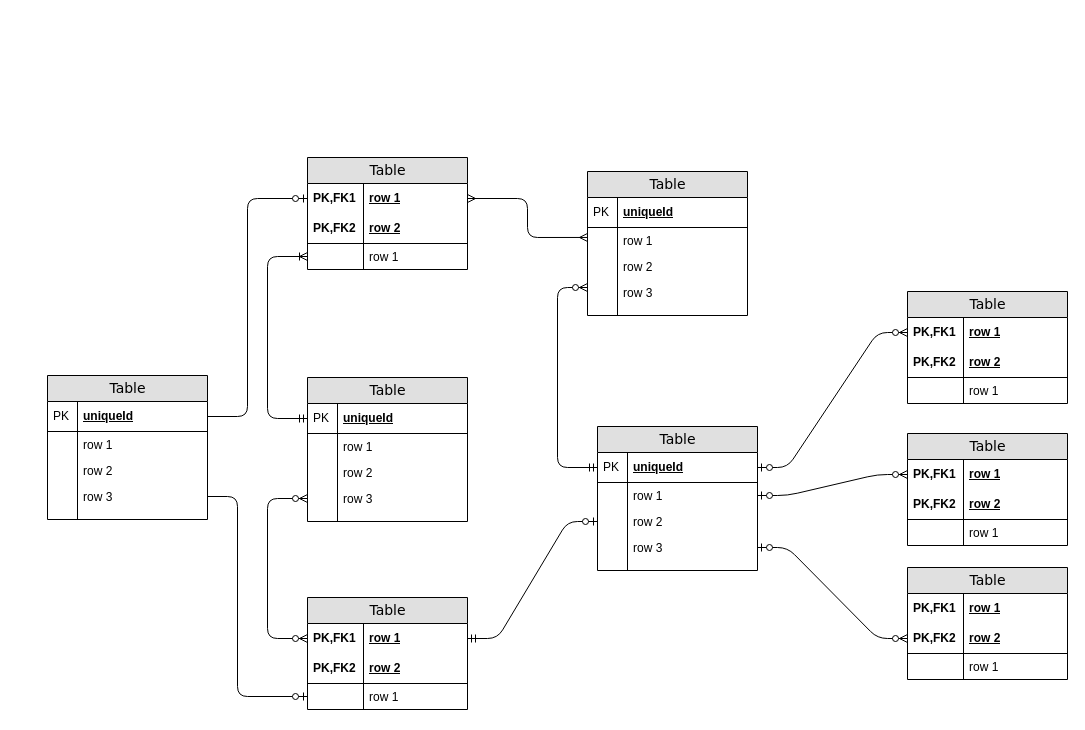
meadowse/factorial keeps this draw.io diagram as Диаграмма без названия.drawio. Above is the earlier version. Source tidied: cells renumbered, new cells numbered last; positions are measured from the earlier drawing's top-left corner, leaving out a move shared by most shapes. Both pictures are drawn from the tidied source at 100%, with x=0, y=0 at pixel (47, 157).
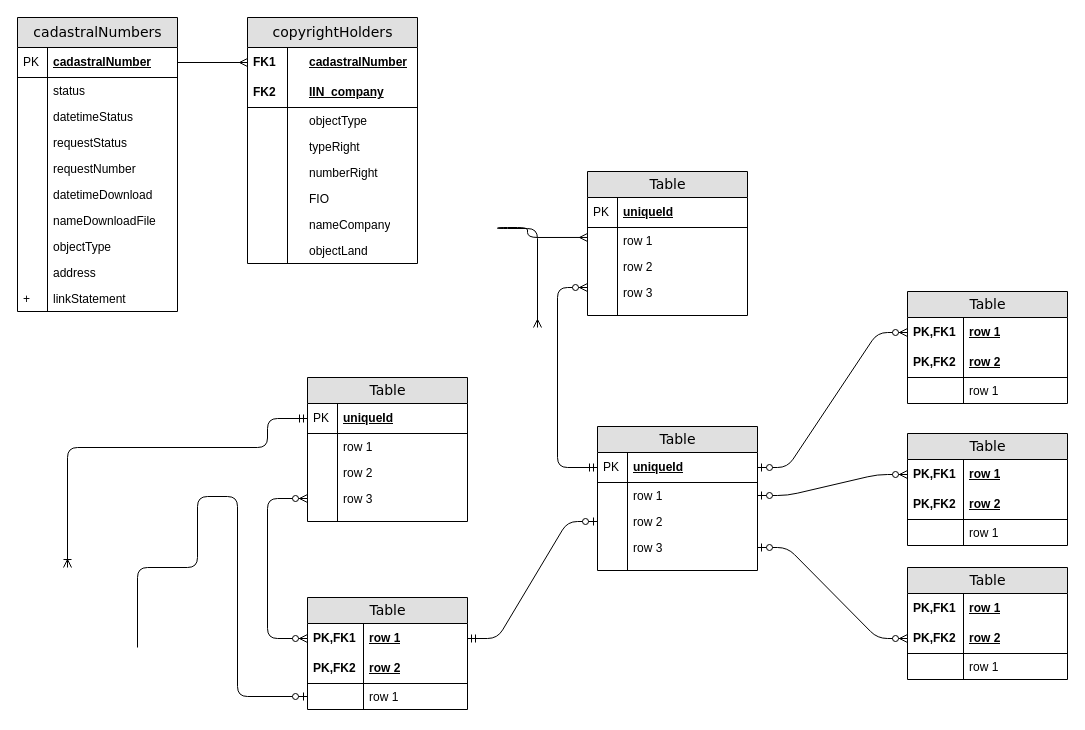
The same diagram, later.

The change refers to these unchanged cells:
```xml
<mxCell id="12" value="row 1" style="shape=partialRectangle;top=0;left=0;right=0;bottom=0;html=1;align=left;verticalAlign=top;fillColor=none;spacingLeft=34;spacingRight=4;whiteSpace=wrap;overflow=hidden;points=[[0,0.5],[1,0.5]];portConstraint=eastwest;" parent="9" vertex="1">
  <mxGeometry y="56" width="160" height="26" as="geometry" />
</mxCell>
<mxCell id="21" value="uniqueId" style="shape=partialRectangle;top=0;left=0;right=0;bottom=1;html=1;align=left;verticalAlign=middle;fillColor=none;spacingLeft=34;spacingRight=4;whiteSpace=wrap;overflow=hidden;points=[[0,0.5],[1,0.5]];portConstraint=eastwest;fontStyle=5;" parent="20" vertex="1">
  <mxGeometry y="26" width="160" height="30" as="geometry" />
</mxCell>
<mxCell id="54" value="row 1" style="shape=partialRectangle;top=0;left=0;right=0;bottom=0;html=1;align=left;verticalAlign=top;fillColor=none;spacingLeft=60;spacingRight=4;whiteSpace=wrap;overflow=hidden;points=[[0,0.5],[1,0.5]];portConstraint=eastwest;" parent="49" vertex="1">
  <mxGeometry y="86" width="160" height="26" as="geometry" />
</mxCell>
```

What changed in the source:
```diff
@@
-    <mxCell id="2" value="Table" style="swimlane;html=1;fontStyle=0;horizontal=1;startSize=26;fillColor=#e0e0e0;swimlaneFillColor=#ffffff;align=center;rounded=0;shadow=0;comic=0;labelBackgroundColor=none;strokeWidth=1;fontFamily=Verdana;fontSize=14;" parent="1" vertex="1">
-      <mxGeometry x="260" width="160" height="112" as="geometry" />
+    <mxCell id="2" value="copyrightHolders" style="swimlane;html=1;fontStyle=0;horizontal=1;startSize=30;fillColor=#e0e0e0;swimlaneFillColor=#ffffff;align=center;rounded=0;shadow=0;comic=0;labelBackgroundColor=none;strokeWidth=1;fontFamily=Verdana;fontSize=14;" parent="1" vertex="1">
+      <mxGeometry x="200" y="-140" width="170" height="246" as="geometry" />
     </mxCell>
-    <mxCell id="3" value="row 1" style="shape=partialRectangle;top=0;left=0;right=0;bottom=0;html=1;align=left;verticalAlign=middle;fillColor=none;spacingLeft=60;spacingRight=4;whiteSpace=wrap;overflow=hidden;points=[[0,0.5],[1,0.5]];portConstraint=eastwest;fontStyle=5;" parent="2" vertex="1">
-      <mxGeometry y="26" width="160" height="30" as="geometry" />
+    <mxCell id="3" value="cadastralNumber" style="shape=partialRectangle;top=0;left=0;right=0;bottom=0;html=1;align=left;verticalAlign=middle;fillColor=none;spacingLeft=60;spacingRight=4;whiteSpace=wrap;overflow=hidden;points=[[0,0.5],[1,0.5]];portConstraint=eastwest;fontStyle=5;" parent="2" vertex="1">
+      <mxGeometry y="30" width="170" height="30" as="geometry" />
     </mxCell>
-    <mxCell id="4" value="PK,FK1" style="shape=partialRectangle;fontStyle=1;top=0;left=0;bottom=0;html=1;fillColor=none;align=left;verticalAlign=middle;spacingLeft=4;spacingRight=4;whiteSpace=wrap;overflow=hidden;" parent="3" vertex="1">
-      <mxGeometry width="56" height="30" as="geometry" />
+    <mxCell id="4" value="FK1" style="shape=partialRectangle;fontStyle=1;top=0;left=0;bottom=0;html=1;fillColor=none;align=left;verticalAlign=middle;spacingLeft=4;spacingRight=4;whiteSpace=wrap;overflow=hidden;" parent="3" vertex="1">
+      <mxGeometry width="40" height="30" as="geometry" />
     </mxCell>
-    <mxCell id="5" value="row 2" style="shape=partialRectangle;top=0;left=0;right=0;bottom=1;html=1;align=left;verticalAlign=middle;fillColor=none;spacingLeft=60;spacingRight=4;whiteSpace=wrap;overflow=hidden;fontStyle=5;" parent="2" vertex="1">
-      <mxGeometry y="56" width="160" height="30" as="geometry" />
+    <mxCell id="5" value="IIN_company" style="shape=partialRectangle;top=0;left=0;right=0;bottom=1;html=1;align=left;verticalAlign=middle;fillColor=none;spacingLeft=60;spacingRight=4;whiteSpace=wrap;overflow=hidden;fontStyle=5;" parent="2" vertex="1">
+      <mxGeometry y="60" width="170" height="30" as="geometry" />
     </mxCell>
-    <mxCell id="6" value="PK,FK2" style="shape=partialRectangle;fontStyle=1;top=0;left=0;bottom=0;html=1;fillColor=none;align=left;verticalAlign=middle;spacingLeft=4;spacingRight=4;whiteSpace=wrap;overflow=hidden;" parent="5" vertex="1">
-      <mxGeometry width="56" height="30" as="geometry" />
+    <mxCell id="6" value="FK2" style="shape=partialRectangle;fontStyle=1;top=0;left=0;bottom=0;html=1;fillColor=none;align=left;verticalAlign=middle;spacingLeft=4;spacingRight=4;whiteSpace=wrap;overflow=hidden;" parent="5" vertex="1">
+      <mxGeometry width="40" height="30" as="geometry" />
     </mxCell>
-    <mxCell id="7" value="row 1" style="shape=partialRectangle;top=0;left=0;right=0;bottom=0;html=1;align=left;verticalAlign=top;fillColor=none;spacingLeft=60;spacingRight=4;whiteSpace=wrap;overflow=hidden;points=[[0,0.5],[1,0.5]];portConstraint=eastwest;" parent="2" vertex="1">
-      <mxGeometry y="86" width="160" height="26" as="geometry" />
+    <mxCell id="7" value="objectType" style="shape=partialRectangle;top=0;left=0;right=0;bottom=0;html=1;align=left;verticalAlign=top;fillColor=none;spacingLeft=60;spacingRight=4;whiteSpace=wrap;overflow=hidden;points=[[0,0.5],[1,0.5]];portConstraint=eastwest;" parent="2" vertex="1">
+      <mxGeometry y="90" width="170" height="26" as="geometry" />
     </mxCell>
     <mxCell id="8" style="shape=partialRectangle;top=0;left=0;bottom=0;html=1;fillColor=none;align=left;verticalAlign=top;spacingLeft=4;spacingRight=4;whiteSpace=wrap;overflow=hidden;" parent="7" vertex="1">
-      <mxGeometry width="56" height="26" as="geometry" />
+      <mxGeometry width="40" height="26" as="geometry" />
     </mxCell>
+    <mxCell id="91" value="typeRight" style="shape=partialRectangle;top=0;left=0;right=0;bottom=0;html=1;align=left;verticalAlign=top;fillColor=none;spacingLeft=60;spacingRight=4;whiteSpace=wrap;overflow=hidden;" parent="2" vertex="1">
+      <mxGeometry y="116" width="170" height="26" as="geometry" />
+    </mxCell>
+    <mxCell id="92" style="shape=partialRectangle;top=0;left=0;bottom=0;html=1;fillColor=none;align=left;verticalAlign=top;spacingLeft=4;spacingRight=4;whiteSpace=wrap;overflow=hidden;" parent="91" vertex="1">
+      <mxGeometry width="40" height="26" as="geometry" />
+    </mxCell>
+    <mxCell id="93" value="numberRight" style="shape=partialRectangle;top=0;left=0;right=0;bottom=0;html=1;align=left;verticalAlign=top;fillColor=none;spacingLeft=60;spacingRight=4;whiteSpace=wrap;overflow=hidden;" parent="2" vertex="1">
+      <mxGeometry y="142" width="170" height="26" as="geometry" />
+    </mxCell>
+    <mxCell id="94" style="shape=partialRectangle;top=0;left=0;bottom=0;html=1;fillColor=none;align=left;verticalAlign=top;spacingLeft=4;spacingRight=4;whiteSpace=wrap;overflow=hidden;" parent="93" vertex="1">
+      <mxGeometry width="40" height="26" as="geometry" />
+    </mxCell>
+    <mxCell id="95" value="FIO" style="shape=partialRectangle;top=0;left=0;right=0;bottom=0;html=1;align=left;verticalAlign=top;fillColor=none;spacingLeft=60;spacingRight=4;whiteSpace=wrap;overflow=hidden;" parent="2" vertex="1">
+      <mxGeometry y="168" width="170" height="26" as="geometry" />
+    </mxCell>
+    <mxCell id="96" style="shape=partialRectangle;top=0;left=0;bottom=0;html=1;fillColor=none;align=left;verticalAlign=top;spacingLeft=4;spacingRight=4;whiteSpace=wrap;overflow=hidden;" parent="95" vertex="1">
+      <mxGeometry width="40" height="26" as="geometry" />
+    </mxCell>
+    <mxCell id="97" value="nameCompany" style="shape=partialRectangle;top=0;left=0;right=0;bottom=0;html=1;align=left;verticalAlign=top;fillColor=none;spacingLeft=60;spacingRight=4;whiteSpace=wrap;overflow=hidden;" parent="2" vertex="1">
+      <mxGeometry y="194" width="170" height="26" as="geometry" />
+    </mxCell>
+    <mxCell id="98" style="shape=partialRectangle;top=0;left=0;bottom=0;html=1;fillColor=none;align=left;verticalAlign=top;spacingLeft=4;spacingRight=4;whiteSpace=wrap;overflow=hidden;" parent="97" vertex="1">
+      <mxGeometry width="40" height="26" as="geometry" />
+    </mxCell>
+    <mxCell id="99" value="objectLand" style="shape=partialRectangle;top=0;left=0;right=0;bottom=0;html=1;align=left;verticalAlign=top;fillColor=none;spacingLeft=60;spacingRight=4;whiteSpace=wrap;overflow=hidden;" parent="2" vertex="1">
+      <mxGeometry y="220" width="170" height="26" as="geometry" />
+    </mxCell>
+    <mxCell id="100" style="shape=partialRectangle;top=0;left=0;bottom=0;html=1;fillColor=none;align=left;verticalAlign=top;spacingLeft=4;spacingRight=4;whiteSpace=wrap;overflow=hidden;" parent="99" vertex="1">
+      <mxGeometry width="40" height="26" as="geometry" />
+    </mxCell>
@@
-    <mxCell id="56" style="edgeStyle=orthogonalEdgeStyle;html=1;endArrow=ERoneToMany;startArrow=ERmandOne;labelBackgroundColor=none;fontFamily=Verdana;fontSize=14;entryX=0;entryY=0.5;exitX=0;exitY=0.5;" parent="1" edge="1" source="21" target="7">
+    <mxCell id="56" style="edgeStyle=orthogonalEdgeStyle;html=1;endArrow=ERoneToMany;startArrow=ERmandOne;labelBackgroundColor=none;fontFamily=Verdana;fontSize=14;exitX=0;exitY=0.5;" parent="1" edge="1" source="21">
       <mxGeometry relative="1" as="geometry">
+        <mxPoint x="20" y="410" as="targetPoint" />
         <Array as="points">
           <mxPoint x="220" y="261" />
-          <mxPoint x="220" y="99" />
+          <mxPoint x="220" y="290" />
+          <mxPoint x="20" y="290" />
         </Array>
       </mxGeometry>
     </mxCell>
@@
-    <mxCell id="58" style="edgeStyle=orthogonalEdgeStyle;html=1;endArrow=ERmany;startArrow=ERmany;labelBackgroundColor=none;fontFamily=Verdana;fontSize=14;entryX=1;entryY=0.5;exitX=0;exitY=0.383;exitPerimeter=0;" parent="1" edge="1" source="12" target="3">
+    <mxCell id="58" style="edgeStyle=orthogonalEdgeStyle;html=1;endArrow=ERmany;startArrow=ERmany;labelBackgroundColor=none;fontFamily=Verdana;fontSize=14;exitX=0;exitY=0.383;exitPerimeter=0;" parent="1" edge="1" source="12">
       <mxGeometry relative="1" as="geometry">
+        <mxPoint x="490" y="170" as="targetPoint" />
         <Array as="points">
           <mxPoint x="480" y="80" />
-          <mxPoint x="480" y="41" />
+          <mxPoint x="480" y="70" />
+          <mxPoint x="450" y="70" />
+          <mxPoint x="450" y="71" />
         </Array>
       </mxGeometry>
     </mxCell>
@@
-    <mxCell id="78" value="Table" style="swimlane;html=1;fontStyle=0;horizontal=1;startSize=26;fillColor=#e0e0e0;swimlaneFillColor=#ffffff;align=center;rounded=0;shadow=0;comic=0;labelBackgroundColor=none;strokeWidth=1;fontFamily=Verdana;fontSize=14;" parent="1" vertex="1">
-      <mxGeometry y="218" width="160" height="144" as="geometry" />
+    <mxCell id="78" value="cadastralNumbers" style="swimlane;html=1;fontStyle=0;horizontal=1;startSize=30;fillColor=#e0e0e0;swimlaneFillColor=#ffffff;align=center;rounded=0;shadow=0;comic=0;labelBackgroundColor=none;strokeWidth=1;fontFamily=Verdana;fontSize=14;" parent="1" vertex="1">
+      <mxGeometry x="-30" y="-140" width="160" height="294" as="geometry" />
     </mxCell>
-    <mxCell id="79" value="uniqueId" style="shape=partialRectangle;top=0;left=0;right=0;bottom=1;html=1;align=left;verticalAlign=middle;fillColor=none;spacingLeft=34;spacingRight=4;whiteSpace=wrap;overflow=hidden;points=[[0,0.5],[1,0.5]];portConstraint=eastwest;fontStyle=5;" parent="78" vertex="1">
-      <mxGeometry y="26" width="160" height="30" as="geometry" />
+    <mxCell id="79" value="cadastralNumber" style="shape=partialRectangle;top=0;left=0;right=0;bottom=1;html=1;align=left;verticalAlign=middle;fillColor=none;spacingLeft=34;spacingRight=4;whiteSpace=wrap;overflow=hidden;points=[[0,0.5],[1,0.5]];portConstraint=eastwest;fontStyle=5;" parent="78" vertex="1">
+      <mxGeometry y="30" width="160" height="30" as="geometry" />
     </mxCell>
@@
-    <mxCell id="81" value="row 1" style="shape=partialRectangle;top=0;left=0;right=0;bottom=0;html=1;align=left;verticalAlign=top;fillColor=none;spacingLeft=34;spacingRight=4;whiteSpace=wrap;overflow=hidden;" parent="78" vertex="1">
-      <mxGeometry y="56" width="160" height="26" as="geometry" />
+    <mxCell id="81" value="status" style="shape=partialRectangle;top=0;left=0;right=0;bottom=0;html=1;align=left;verticalAlign=top;fillColor=none;spacingLeft=34;spacingRight=4;whiteSpace=wrap;overflow=hidden;" parent="78" vertex="1">
+      <mxGeometry y="60" width="160" height="26" as="geometry" />
     </mxCell>
@@
-    <mxCell id="83" value="row 2" style="shape=partialRectangle;top=0;left=0;right=0;bottom=0;html=1;align=left;verticalAlign=top;fillColor=none;spacingLeft=34;spacingRight=4;whiteSpace=wrap;overflow=hidden;" parent="78" vertex="1">
-      <mxGeometry y="82" width="160" height="26" as="geometry" />
+    <mxCell id="83" value="datetimeStatus" style="shape=partialRectangle;top=0;left=0;right=0;bottom=0;html=1;align=left;verticalAlign=top;fillColor=none;spacingLeft=34;spacingRight=4;whiteSpace=wrap;overflow=hidden;" parent="78" vertex="1">
+      <mxGeometry y="86" width="160" height="26" as="geometry" />
     </mxCell>
@@
-    <mxCell id="85" value="row 3" style="shape=partialRectangle;top=0;left=0;right=0;bottom=0;html=1;align=left;verticalAlign=top;fillColor=none;spacingLeft=34;spacingRight=4;whiteSpace=wrap;overflow=hidden;points=[[0,0.5],[1,0.5]];portConstraint=eastwest;" parent="78" vertex="1">
-      <mxGeometry y="108" width="160" height="26" as="geometry" />
+    <mxCell id="85" value="requestStatus" style="shape=partialRectangle;top=0;left=0;right=0;bottom=0;html=1;align=left;verticalAlign=top;fillColor=none;spacingLeft=34;spacingRight=4;whiteSpace=wrap;overflow=hidden;points=[[0,0.5],[1,0.5]];portConstraint=eastwest;" parent="78" vertex="1">
+      <mxGeometry y="112" width="160" height="26" as="geometry" />
     </mxCell>
@@
-    <mxCell id="87" style="shape=partialRectangle;top=0;left=0;right=0;bottom=0;html=1;align=left;verticalAlign=top;fillColor=none;spacingLeft=34;spacingRight=4;whiteSpace=wrap;overflow=hidden;" parent="78" vertex="1">
-      <mxGeometry y="134" width="160" height="10" as="geometry" />
-    </mxCell>
-    <mxCell id="88" style="shape=partialRectangle;top=0;left=0;bottom=0;html=1;fillColor=none;align=left;verticalAlign=top;spacingLeft=4;spacingRight=4;whiteSpace=wrap;overflow=hidden;" parent="87" vertex="1">
-      <mxGeometry width="30" height="10" as="geometry" />
-    </mxCell>
+    <mxCell id="101" value="requestNumber" style="shape=partialRectangle;top=0;left=0;right=0;bottom=0;html=1;align=left;verticalAlign=top;fillColor=none;spacingLeft=34;spacingRight=4;whiteSpace=wrap;overflow=hidden;" parent="78" vertex="1">
+      <mxGeometry y="138" width="160" height="26" as="geometry" />
+    </mxCell>
+    <mxCell id="102" style="shape=partialRectangle;top=0;left=0;bottom=0;html=1;fillColor=none;align=left;verticalAlign=top;spacingLeft=4;spacingRight=4;whiteSpace=wrap;overflow=hidden;" parent="101" vertex="1">
+      <mxGeometry width="30" height="26" as="geometry" />
+    </mxCell>
+    <mxCell id="103" value="datetimeDownload" style="shape=partialRectangle;top=0;left=0;right=0;bottom=0;html=1;align=left;verticalAlign=top;fillColor=none;spacingLeft=34;spacingRight=4;whiteSpace=wrap;overflow=hidden;" parent="78" vertex="1">
+      <mxGeometry y="164" width="160" height="26" as="geometry" />
+    </mxCell>
+    <mxCell id="104" style="shape=partialRectangle;top=0;left=0;bottom=0;html=1;fillColor=none;align=left;verticalAlign=top;spacingLeft=4;spacingRight=4;whiteSpace=wrap;overflow=hidden;" parent="103" vertex="1">
+      <mxGeometry width="30" height="26" as="geometry" />
+    </mxCell>
+    <mxCell id="105" value="nameDownloadFile" style="shape=partialRectangle;top=0;left=0;right=0;bottom=0;html=1;align=left;verticalAlign=top;fillColor=none;spacingLeft=34;spacingRight=4;whiteSpace=wrap;overflow=hidden;" parent="78" vertex="1">
+      <mxGeometry y="190" width="160" height="26" as="geometry" />
+    </mxCell>
+    <mxCell id="106" style="shape=partialRectangle;top=0;left=0;bottom=0;html=1;fillColor=none;align=left;verticalAlign=top;spacingLeft=4;spacingRight=4;whiteSpace=wrap;overflow=hidden;" parent="105" vertex="1">
+      <mxGeometry width="30" height="26" as="geometry" />
+    </mxCell>
+    <mxCell id="107" value="objectType" style="shape=partialRectangle;top=0;left=0;right=0;bottom=0;html=1;align=left;verticalAlign=top;fillColor=none;spacingLeft=34;spacingRight=4;whiteSpace=wrap;overflow=hidden;" parent="78" vertex="1">
+      <mxGeometry y="216" width="160" height="26" as="geometry" />
+    </mxCell>
+    <mxCell id="108" style="shape=partialRectangle;top=0;left=0;bottom=0;html=1;fillColor=none;align=left;verticalAlign=top;spacingLeft=4;spacingRight=4;whiteSpace=wrap;overflow=hidden;" parent="107" vertex="1">
+      <mxGeometry width="30" height="26" as="geometry" />
+    </mxCell>
+    <mxCell id="109" value="address" style="shape=partialRectangle;top=0;left=0;right=0;bottom=0;html=1;align=left;verticalAlign=top;fillColor=none;spacingLeft=34;spacingRight=4;whiteSpace=wrap;overflow=hidden;" parent="78" vertex="1">
+      <mxGeometry y="242" width="160" height="26" as="geometry" />
+    </mxCell>
+    <mxCell id="110" style="shape=partialRectangle;top=0;left=0;bottom=0;html=1;fillColor=none;align=left;verticalAlign=top;spacingLeft=4;spacingRight=4;whiteSpace=wrap;overflow=hidden;" parent="109" vertex="1">
+      <mxGeometry width="30" height="26" as="geometry" />
+    </mxCell>
+    <mxCell id="111" value="linkStatement" style="shape=partialRectangle;top=0;left=0;right=0;bottom=0;html=1;align=left;verticalAlign=top;fillColor=none;spacingLeft=34;spacingRight=4;whiteSpace=wrap;overflow=hidden;" parent="78" vertex="1">
+      <mxGeometry y="268" width="160" height="26" as="geometry" />
+    </mxCell>
+    <mxCell id="112" value="+" style="shape=partialRectangle;top=0;left=0;bottom=0;html=1;fillColor=none;align=left;verticalAlign=top;spacingLeft=4;spacingRight=4;whiteSpace=wrap;overflow=hidden;" parent="111" vertex="1">
+      <mxGeometry width="30" height="26" as="geometry" />
+    </mxCell>
-    <mxCell id="89" style="edgeStyle=orthogonalEdgeStyle;html=1;endArrow=ERzeroToOne;endFill=1;labelBackgroundColor=none;fontFamily=Verdana;fontSize=14;entryX=0;entryY=0.5;exitX=1;exitY=0.5;" parent="1" edge="1" source="79" target="3">
+    <mxCell id="89" style="edgeStyle=orthogonalEdgeStyle;html=1;endArrow=ERmany;endFill=0;labelBackgroundColor=none;fontFamily=Verdana;fontSize=14;entryX=0;entryY=0.5;exitX=1;exitY=0.5;" parent="1" edge="1" source="79" target="3">
       <mxGeometry relative="1" as="geometry">
         <Array as="points">
-          <mxPoint x="200" y="259" />
-          <mxPoint x="200" y="41" />
+          <mxPoint x="200" y="-95" />
+          <mxPoint x="200" y="-95" />
         </Array>
       </mxGeometry>
     </mxCell>
-    <mxCell id="90" style="edgeStyle=orthogonalEdgeStyle;html=1;endArrow=ERzeroToOne;endFill=1;labelBackgroundColor=none;fontFamily=Verdana;fontSize=14;entryX=0;entryY=0.5;exitX=1;exitY=0.5;" parent="1" edge="1" source="85" target="54">
+    <mxCell id="90" style="edgeStyle=orthogonalEdgeStyle;html=1;endArrow=ERzeroToOne;endFill=1;labelBackgroundColor=none;fontFamily=Verdana;fontSize=14;entryX=0;entryY=0.5;" parent="1" edge="1" target="54">
       <mxGeometry relative="1" as="geometry">
+        <mxPoint x="90" y="490" as="sourcePoint" />
         <Array as="points">
+          <mxPoint x="90" y="410" />
+          <mxPoint x="150" y="410" />
+          <mxPoint x="150" y="339" />
           <mxPoint x="190" y="339" />
           <mxPoint x="190" y="539" />
         </Array>
       </mxGeometry>
     </mxCell>
```
